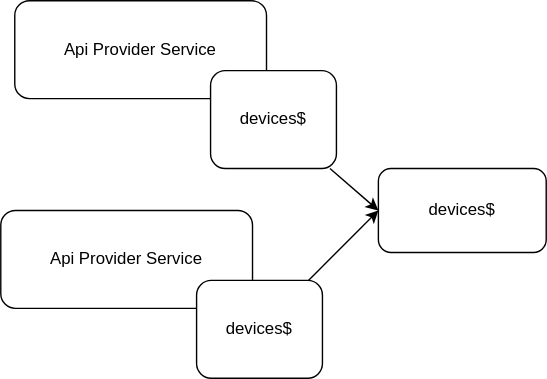
fliink/hubitat-dashboard keeps this draw.io diagram as diagrams/api-providers.drawio.svg. Above is the earlier version. Source tidied: cells renumbered, new cells last; positions are measured from the earlier drawing's top-left corner, leaving out a move shared by most shapes.
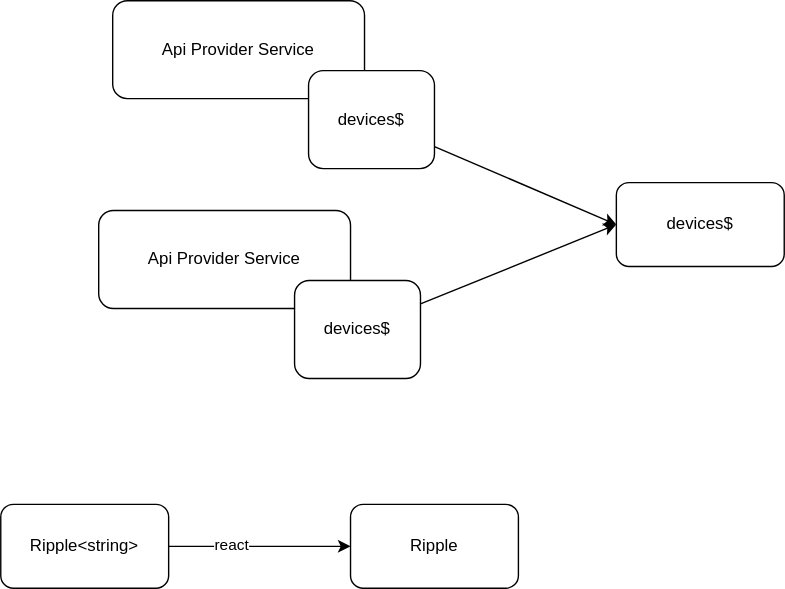
After the commit.

The edit, as a diff of the source:
```diff
@@ -12,7 +12,7 @@
       <mxGeometry x="150" y="50" width="90" height="70" as="geometry" />
     </mxCell>
     <mxCell id="5" value="devices$" style="rounded=1;whiteSpace=wrap;html=1;" parent="1" vertex="1">
-      <mxGeometry x="270" y="120" width="120" height="60" as="geometry" />
+      <mxGeometry x="370" y="130" width="120" height="60" as="geometry" />
     </mxCell>
     <mxCell id="6" value="Api Provider Service" style="rounded=1;whiteSpace=wrap;html=1;" parent="1" vertex="1">
       <mxGeometry y="150" width="180" height="70" as="geometry" />
@@ -23,5 +23,17 @@
     <mxCell id="8" value="devices$" style="rounded=1;whiteSpace=wrap;html=1;" parent="1" vertex="1">
       <mxGeometry x="140" y="200" width="90" height="70" as="geometry" />
     </mxCell>
+    <mxCell id="9" style="edgeStyle=none;html=1;entryX=0;entryY=0.5;entryDx=0;entryDy=0;" parent="1" edge="1" source="11" target="12">
+      <mxGeometry relative="1" as="geometry" />
+    </mxCell>
+    <mxCell id="10" value="react" style="edgeLabel;html=1;align=center;verticalAlign=middle;" parent="9" vertex="1">
+      <mxGeometry x="-0.32" y="2" relative="1" as="geometry" />
+    </mxCell>
+    <mxCell id="11" value="Ripple&amp;lt;string&amp;gt;" style="rounded=1;whiteSpace=wrap;html=1;" parent="1" vertex="1">
+      <mxGeometry x="-70" y="360" width="120" height="60" as="geometry" />
+    </mxCell>
+    <mxCell id="12" value="Ripple" style="rounded=1;whiteSpace=wrap;html=1;" parent="1" vertex="1">
+      <mxGeometry x="180" y="360" width="120" height="60" as="geometry" />
+    </mxCell>
   </root>
 </mxGraphModel>
```
